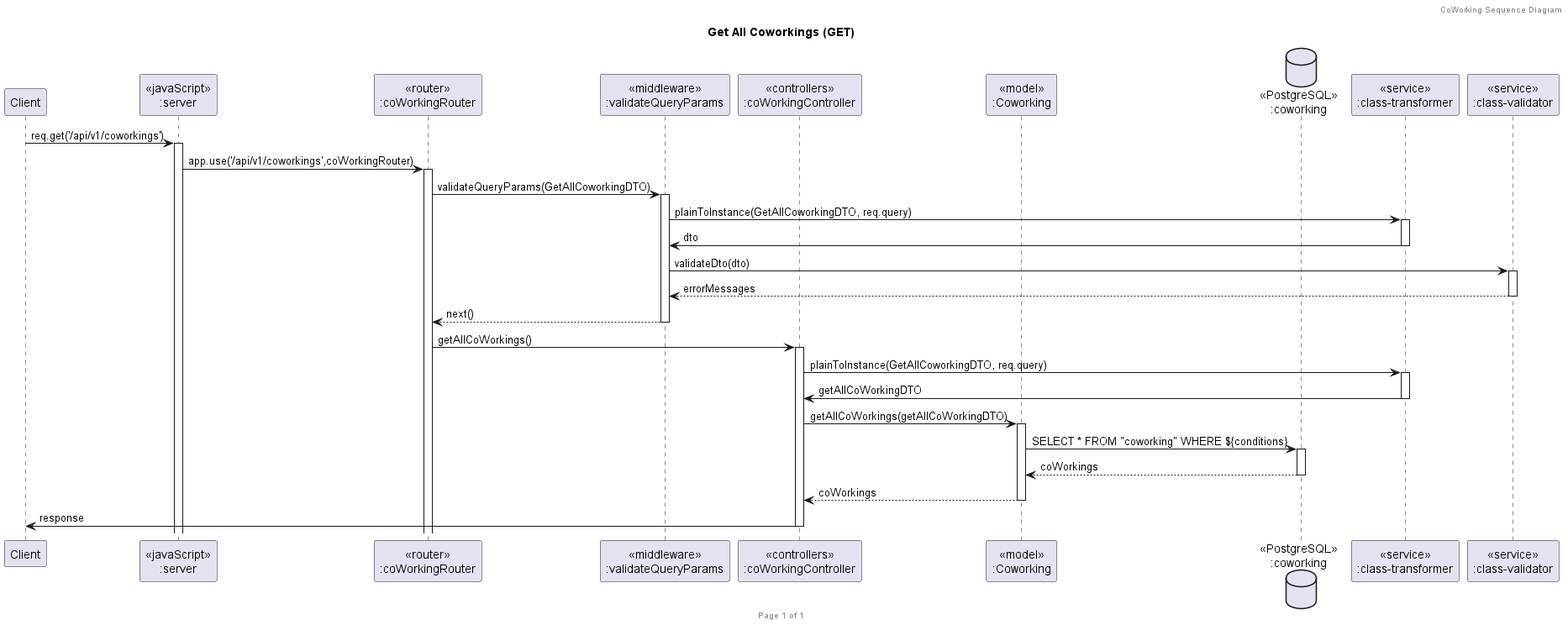
Above: diagrams/coworking/getAllCoworkings/Get All Coworkings (GET).png in TeaChanathip/SwDev-Project (PlantUML), before the change.
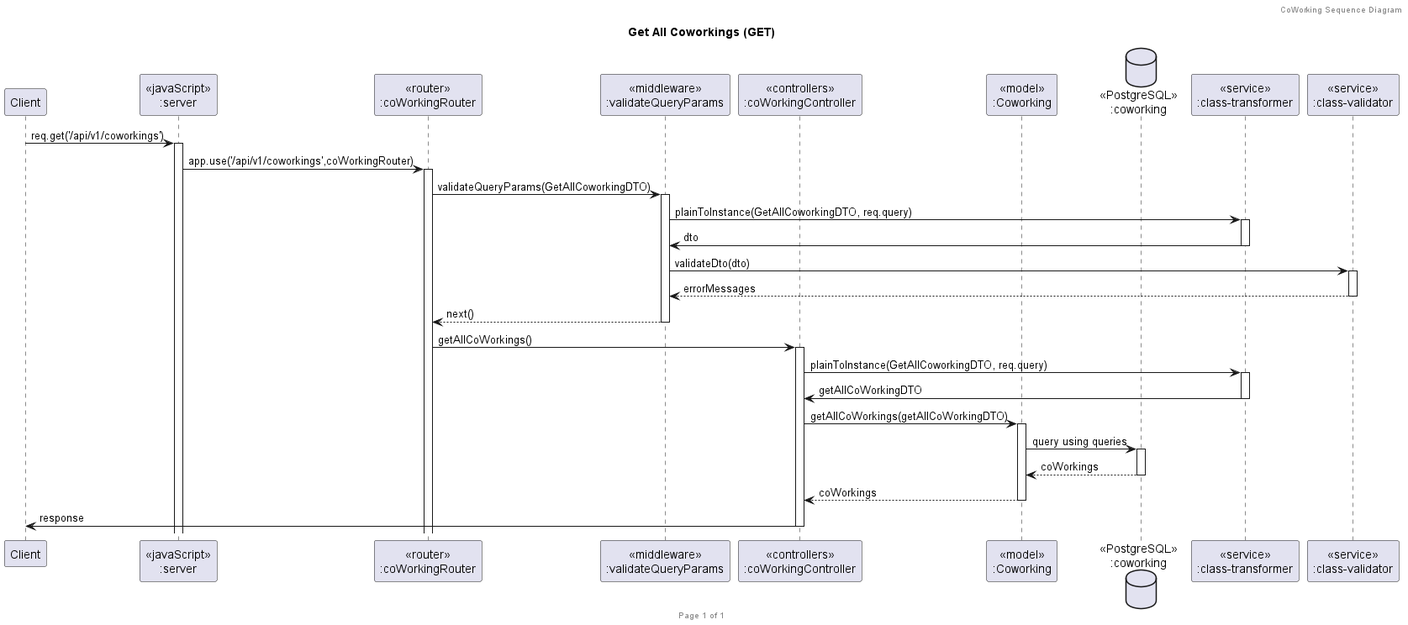
The same file after the commit.

Commit message:
Remove Unnecessary participant and rewrite description in Database layer of get all coworkings

Diff of the diagram source:
```diff
@@ -29,7 +29,7 @@
 coWorkingController->classTransformer ++: plainToInstance(GetAllCoworkingDTO, req.query)
 classTransformer -> coWorkingController --: getAllCoWorkingDTO
 coWorkingController -> coWorkingModel ++: getAllCoWorkings(getAllCoWorkingDTO)
-coWorkingModel -> coWorkingDatabase ++: SELECT * FROM "coworking" WHERE ${conditions}
+coWorkingModel -> coWorkingDatabase ++: query using queries
 coWorkingDatabase --> coWorkingModel --: coWorkings
 coWorkingModel --> coWorkingController --: coWorkings
 coWorkingController -> client --: response
```
